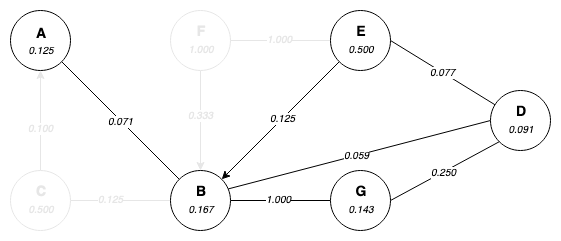
This is assets/painotettu-verkko-jalkeen.png from jukkapajarinen/TUNIMasterThesis, a draw.io export, as it was before one commit. Source tidied: cells renumbered, new cells last; positions are measured from the earlier drawing's top-left corner, leaving out a move shared by most shapes.
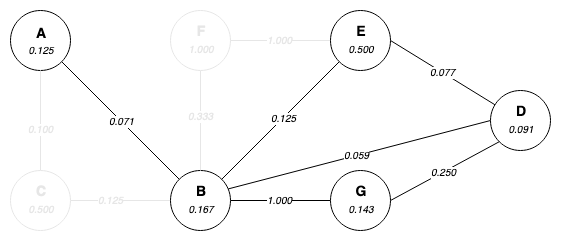
After the commit.

The edit, as a diff of the source:
```diff
@@ -60,7 +60,7 @@
     <mxCell id="17" value="&lt;b style=&quot;font-size: 14px&quot;&gt;G&lt;/b&gt;&lt;br style=&quot;font-size: 14px&quot;&gt;&lt;font style=&quot;font-size: 10px&quot;&gt;&lt;i&gt;0.143&lt;/i&gt;&lt;/font&gt;" style="ellipse;whiteSpace=wrap;html=1;fontSize=14;" parent="1" vertex="1">
       <mxGeometry x="320" y="160" width="60" height="60" as="geometry" />
     </mxCell>
-    <mxCell id="18" style="edgeStyle=none;rounded=0;jettySize=auto;html=1;entryX=0.5;entryY=1;entryDx=0;entryDy=0;startArrow=none;startFill=0;endArrow=classic;endFill=1;fontColor=#E6E6E6;strokeColor=#E6E6E6;" parent="1" edge="1" source="20" target="4">
+    <mxCell id="18" style="edgeStyle=none;rounded=0;jettySize=auto;html=1;entryX=0.5;entryY=1;entryDx=0;entryDy=0;startArrow=none;startFill=0;endArrow=none;endFill=0;fontColor=#E6E6E6;strokeColor=#E6E6E6;" parent="1" edge="1" source="20" target="4">
       <mxGeometry relative="1" as="geometry" />
     </mxCell>
     <mxCell id="19" value="&lt;font style=&quot;font-size: 10px&quot;&gt;0.100&lt;/font&gt;" style="text;html=1;align=center;verticalAlign=middle;labelBackgroundColor=#ffffff;fontSize=8;fontStyle=2;fontColor=#E6E6E6;" parent="18" vertex="1">
@@ -71,7 +71,7 @@
     <mxCell id="20" value="&lt;b style=&quot;font-size: 14px&quot;&gt;C&lt;/b&gt;&lt;br style=&quot;font-size: 14px&quot;&gt;&lt;font style=&quot;font-size: 10px&quot;&gt;&lt;i&gt;0.500&lt;/i&gt;&lt;/font&gt;" style="ellipse;whiteSpace=wrap;html=1;fontSize=14;strokeColor=#E6E6E6;fontColor=#E6E6E6;" parent="1" vertex="1">
       <mxGeometry y="160" width="60" height="60" as="geometry" />
     </mxCell>
-    <mxCell id="21" style="rounded=0;jettySize=auto;html=1;entryX=0.5;entryY=0;entryDx=0;entryDy=0;endArrow=classic;endFill=1;startArrow=none;startFill=0;fontColor=#E6E6E6;strokeColor=#E6E6E6;" parent="1" edge="1" source="23" target="11">
+    <mxCell id="21" style="rounded=0;jettySize=auto;html=1;entryX=0.5;entryY=0;entryDx=0;entryDy=0;endArrow=none;endFill=0;startArrow=none;startFill=0;fontColor=#E6E6E6;strokeColor=#E6E6E6;" parent="1" edge="1" source="23" target="11">
       <mxGeometry relative="1" as="geometry" />
     </mxCell>
     <mxCell id="22" value="0.333" style="text;html=1;align=center;verticalAlign=middle;labelBackgroundColor=#ffffff;fontStyle=2;fontSize=10;fontColor=#E6E6E6;" parent="21" vertex="1">
@@ -88,7 +88,7 @@
         <mxPoint x="-1" as="offset" />
       </mxGeometry>
     </mxCell>
-    <mxCell id="26" style="rounded=0;jettySize=auto;html=1;entryX=1;entryY=0;entryDx=0;entryDy=0;endArrow=classic;endFill=1;exitX=0;exitY=1;exitDx=0;exitDy=0;" parent="1" edge="1" source="28" target="11">
+    <mxCell id="26" style="rounded=0;jettySize=auto;html=1;entryX=1;entryY=0;entryDx=0;entryDy=0;endArrow=none;endFill=0;exitX=0;exitY=1;exitDx=0;exitDy=0;" parent="1" edge="1" source="28" target="11">
       <mxGeometry relative="1" as="geometry" />
     </mxCell>
     <mxCell id="27" value="0.125" style="text;html=1;align=center;verticalAlign=middle;labelBackgroundColor=#ffffff;fontStyle=2;fontSize=10;" parent="26" vertex="1">
```
